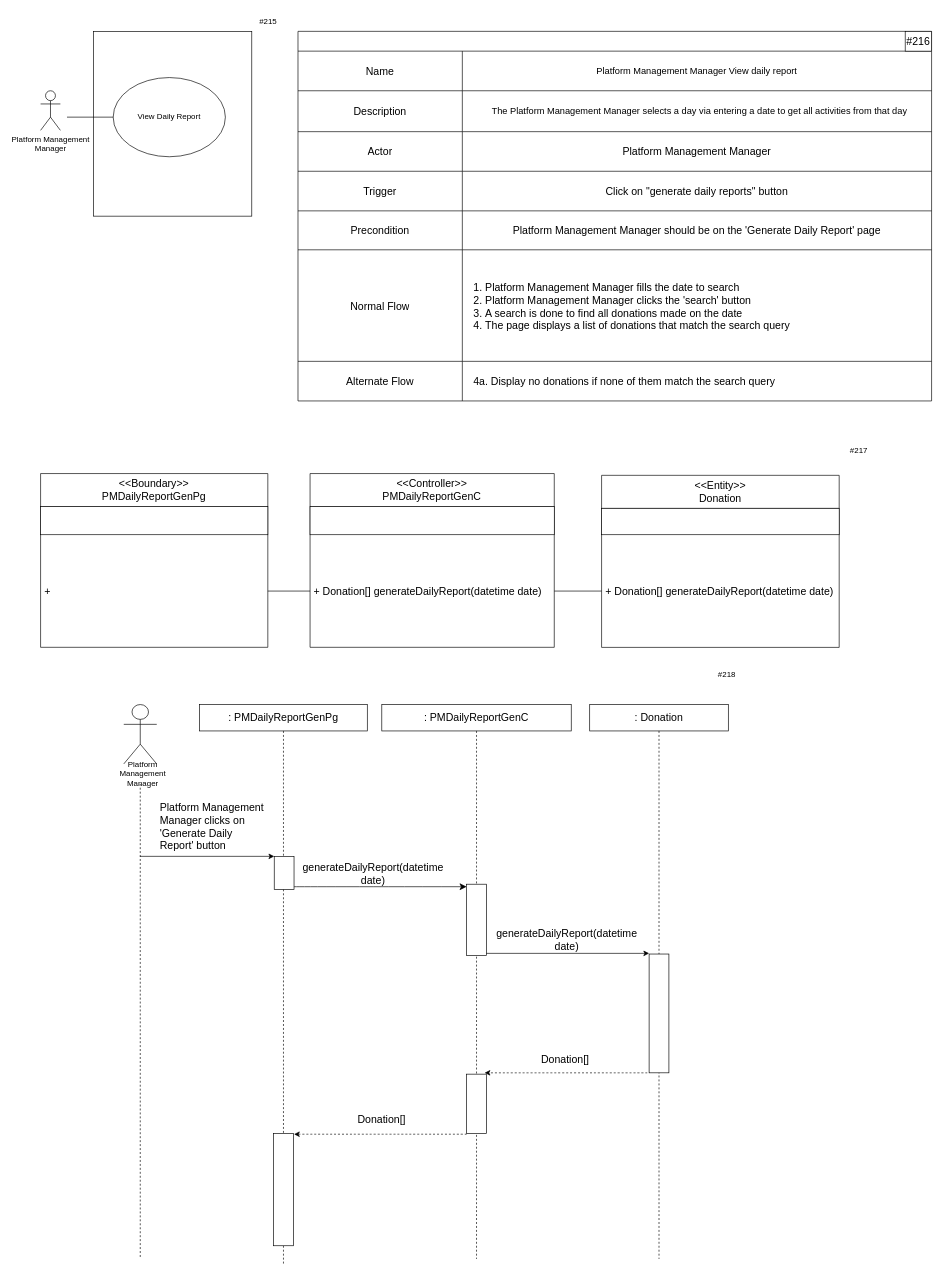
Earlier version of the draw.io diagram page "User Story #55" (6 of 10) of Diagrams/Project_Management_Diagrams.drawio (allanchia1-stack/brain-boost). Source tidied: cells renumbered, new cells numbered last; positions are measured from the earlier drawing's top-left corner, leaving out a move shared by most shapes. Both pictures are drawn from the tidied source at 66%, with x=0, y=0 at pixel (40, 11).
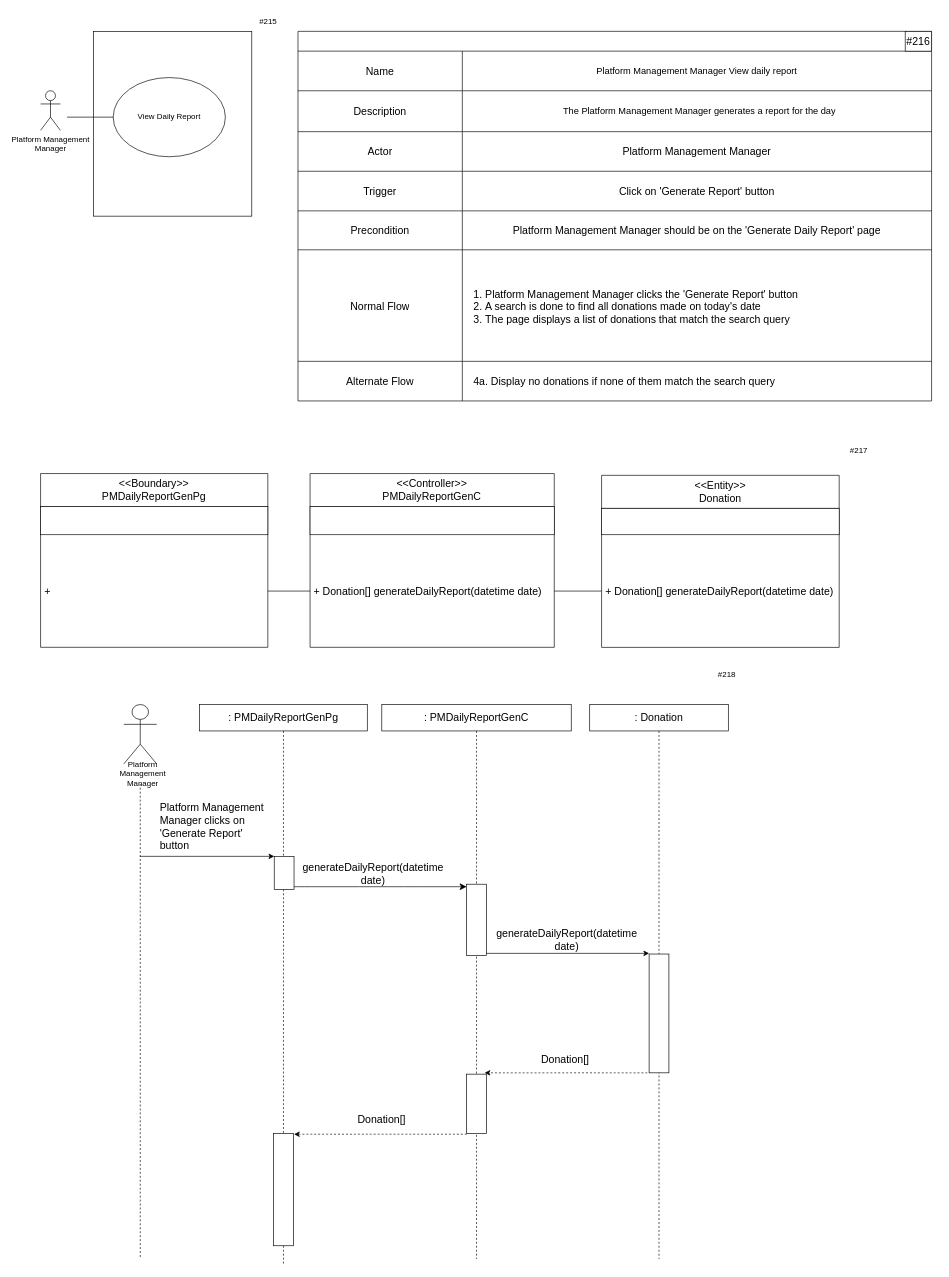
Above is the later version.

The change refers to these unchanged cells:
```xml
<mxCell id="12" style="shape=tableRow;horizontal=0;startSize=0;swimlaneHead=0;swimlaneBody=0;strokeColor=inherit;top=0;left=0;bottom=0;right=0;fillColor=none;fontSize=16;spacingLeft=3;" parent="8" vertex="1">
  <mxGeometry y="90" width="960" height="62" as="geometry" />
</mxCell>
<mxCell id="18" style="shape=tableRow;horizontal=0;startSize=0;swimlaneHead=0;swimlaneBody=0;strokeColor=inherit;top=0;left=0;bottom=0;right=0;fillColor=none;fontSize=16;" parent="8" vertex="1">
  <mxGeometry y="212" width="960" height="60" as="geometry" />
</mxCell>
<mxCell id="24" style="shape=tableRow;horizontal=0;startSize=0;swimlaneHead=0;swimlaneBody=0;strokeColor=inherit;top=0;left=0;bottom=0;right=0;fillColor=none;fontSize=14;spacing=0;" parent="8" vertex="1">
  <mxGeometry y="331" width="960" height="169" as="geometry" />
</mxCell>
```

Diff of the diagram source:
```diff
@@
-    <mxCell id="14" value="&lt;div class=&quot;us-data&quot; style=&quot;text-align: left; box-sizing: border-box; margin: 0px; padding: 0px; border: 0px; font-variant-numeric: inherit; font-variant-east-asian: inherit; font-variant-alternates: inherit; font-variant-position: inherit; font-variant-emoji: inherit; font-stretch: inherit; line-height: inherit; font-optical-sizing: inherit; font-size-adjust: inherit; font-kerning: inherit; font-feature-settings: inherit; font-variation-settings: inherit; font-language-override: inherit; vertical-align: baseline; align-items: center; display: flex;&quot;&gt;&lt;font style=&quot;text-align: center;&quot;&gt;&lt;span style=&quot;font-family: Ubuntu-Regular, Arial, Helvetica, sans-serif; text-align: left;&quot;&gt;The&amp;nbsp;&lt;/span&gt;&lt;span style=&quot;white-space: nowrap;&quot;&gt;Platform Management Manager&lt;/span&gt;&lt;span style=&quot;font-family: Ubuntu-Regular, Arial, Helvetica, sans-serif; text-align: left;&quot;&gt;&amp;nbsp;selects a day via entering a date to get all activities from that day&lt;/span&gt;&lt;/font&gt;&lt;p style=&quot;font-family: Ubuntu-Regular, Arial, Helvetica, sans-serif;&quot;&gt;&lt;/p&gt;&lt;p class=&quot;status-value&quot; style=&quot;font-family: inherit; color: rgb(0, 0, 0); box-sizing: border-box; margin: 0.25em 0px 0px auto; padding: 0px; border: 0px; font-style: inherit; font-variant: inherit; font-weight: inherit; font-stretch: inherit; line-height: 1.5; font-optical-sizing: inherit; font-size-adjust: inherit; font-kerning: inherit; font-feature-settings: inherit; font-variation-settings: inherit; font-language-override: inherit; vertical-align: baseline; text-transform: uppercase; width: fit-content;&quot;&gt;&lt;/p&gt;&lt;/div&gt;" style="shape=partialRectangle;html=1;whiteSpace=wrap;strokeColor=inherit;overflow=hidden;fillColor=none;top=0;left=0;bottom=0;right=0;fontSize=14;align=center;spacingLeft=8;" parent="12" vertex="1">
+    <mxCell id="14" value="&lt;div class=&quot;us-data&quot; style=&quot;text-align: left; box-sizing: border-box; margin: 0px; padding: 0px; border: 0px; font-variant-numeric: inherit; font-variant-east-asian: inherit; font-variant-alternates: inherit; font-variant-position: inherit; font-variant-emoji: inherit; font-stretch: inherit; line-height: inherit; font-optical-sizing: inherit; font-size-adjust: inherit; font-kerning: inherit; font-feature-settings: inherit; font-variation-settings: inherit; font-language-override: inherit; vertical-align: baseline; align-items: center; display: flex;&quot;&gt;&lt;font style=&quot;text-align: center;&quot;&gt;&lt;span style=&quot;font-family: Ubuntu-Regular, Arial, Helvetica, sans-serif; text-align: left;&quot;&gt;The&amp;nbsp;&lt;/span&gt;&lt;span style=&quot;white-space: nowrap;&quot;&gt;Platform Management Manager&lt;/span&gt;&lt;span style=&quot;font-family: Ubuntu-Regular, Arial, Helvetica, sans-serif; text-align: left;&quot;&gt;&amp;nbsp;generates a report for the day&lt;/span&gt;&lt;/font&gt;&lt;p style=&quot;font-family: Ubuntu-Regular, Arial, Helvetica, sans-serif;&quot;&gt;&lt;/p&gt;&lt;p class=&quot;status-value&quot; style=&quot;font-family: inherit; color: rgb(0, 0, 0); box-sizing: border-box; margin: 0.25em 0px 0px auto; padding: 0px; border: 0px; font-style: inherit; font-variant: inherit; font-weight: inherit; font-stretch: inherit; line-height: 1.5; font-optical-sizing: inherit; font-size-adjust: inherit; font-kerning: inherit; font-feature-settings: inherit; font-variation-settings: inherit; font-language-override: inherit; vertical-align: baseline; text-transform: uppercase; width: fit-content;&quot;&gt;&lt;/p&gt;&lt;/div&gt;" style="shape=partialRectangle;html=1;whiteSpace=wrap;strokeColor=inherit;overflow=hidden;fillColor=none;top=0;left=0;bottom=0;right=0;fontSize=14;align=center;spacingLeft=8;" parent="12" vertex="1">
       <mxGeometry x="249" width="711" height="62" as="geometry" />
     </mxCell>
@@
-    <mxCell id="20" value="Click on &quot;generate daily reports&quot; button" style="shape=partialRectangle;html=1;whiteSpace=wrap;strokeColor=inherit;overflow=hidden;fillColor=none;top=0;left=0;bottom=0;right=0;fontSize=16;spacingLeft=0;" parent="18" vertex="1">
+    <mxCell id="20" value="Click on 'Generate Report' button" style="shape=partialRectangle;html=1;whiteSpace=wrap;strokeColor=inherit;overflow=hidden;fillColor=none;top=0;left=0;bottom=0;right=0;fontSize=16;spacingLeft=0;" parent="18" vertex="1">
       <mxGeometry x="249" width="711" height="60" as="geometry" />
     </mxCell>
@@
-    <mxCell id="26" value="&lt;ol&gt;&lt;li&gt;Platform Management Manager fills the date to search&lt;/li&gt;&lt;li&gt;Platform Management Manager clicks the 'search' button&lt;/li&gt;&lt;li&gt;A search is done to find all donations made on the date&lt;/li&gt;&lt;li&gt;The page displays a list of donations that match the search query&lt;/li&gt;&lt;/ol&gt;" style="shape=partialRectangle;html=1;whiteSpace=wrap;strokeColor=inherit;overflow=hidden;fillColor=none;top=0;left=0;bottom=0;right=0;fontSize=16;spacingLeft=5;spacing=-10;spacingBottom=-3;align=left;" parent="24" vertex="1">
+    <mxCell id="26" value="&lt;ol&gt;&lt;li&gt;&lt;span style=&quot;background-color: transparent; color: light-dark(rgb(0, 0, 0), rgb(255, 255, 255));&quot;&gt;Platform Management Manager clicks the '&lt;span style=&quot;text-align: center;&quot;&gt;Generate Report&lt;/span&gt;' button&lt;/span&gt;&lt;/li&gt;&lt;li&gt;A search is done to find all donations made on today's date&lt;/li&gt;&lt;li&gt;The page displays a list of donations that match the search query&lt;/li&gt;&lt;/ol&gt;" style="shape=partialRectangle;html=1;whiteSpace=wrap;strokeColor=inherit;overflow=hidden;fillColor=none;top=0;left=0;bottom=0;right=0;fontSize=16;spacingLeft=5;spacing=-10;spacingBottom=-3;align=left;" parent="24" vertex="1">
       <mxGeometry x="249" width="711" height="169" as="geometry" />
     </mxCell>
@@
-    <mxCell id="63" value="&lt;div style=&quot;text-align: left;&quot;&gt;&lt;span style=&quot;text-align: center;&quot;&gt;Platform Management Manager clicks on 'Generate Daily Report' button&lt;/span&gt;&lt;/div&gt;" style="text;html=1;whiteSpace=wrap;strokeColor=none;fillColor=none;align=center;verticalAlign=middle;rounded=0;fontSize=16;" parent="1" vertex="1">
+    <mxCell id="63" value="&lt;div style=&quot;text-align: left;&quot;&gt;&lt;span style=&quot;text-align: center;&quot;&gt;Platform Management Manager clicks on 'Generate Report' button&lt;/span&gt;&lt;/div&gt;" style="text;html=1;whiteSpace=wrap;strokeColor=none;fillColor=none;align=center;verticalAlign=middle;rounded=0;fontSize=16;" parent="1" vertex="1">
       <mxGeometry x="180.3" y="1220" width="164" height="30" as="geometry" />
     </mxCell>
```
